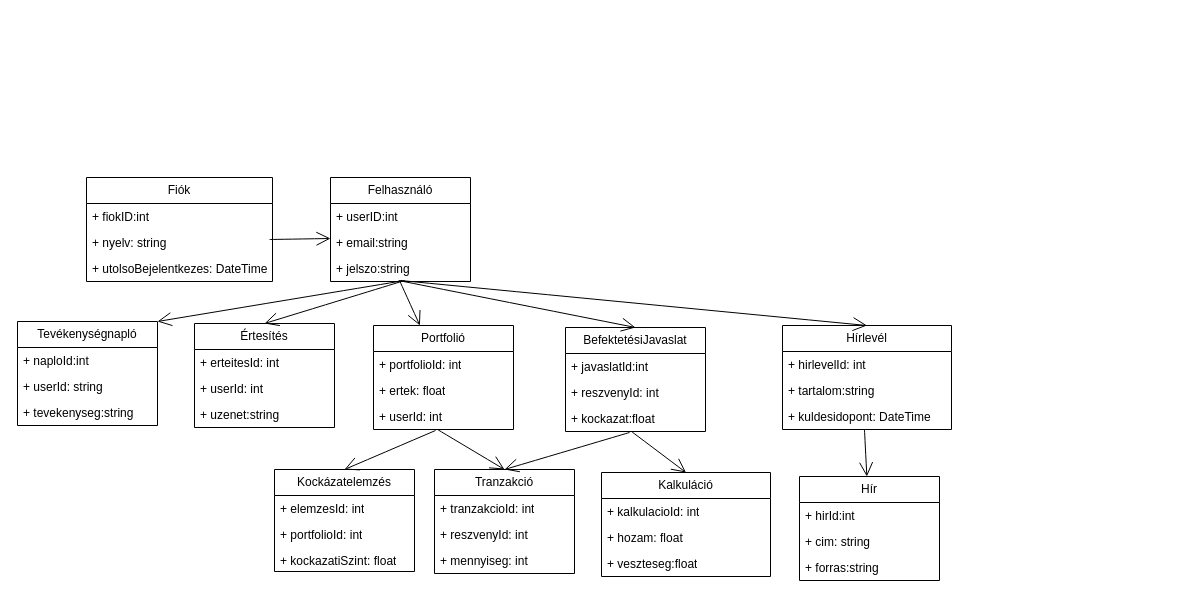
Earlier version of the draw.io diagram osztaly.drawio (oroszkristof/ARFT). Source tidied: cells renumbered, new cells numbered last; positions are measured from the earlier drawing's top-left corner, leaving out a move shared by most shapes. Both pictures are drawn from the tidied source at 100%, with x=0, y=0 at pixel (17, 177).
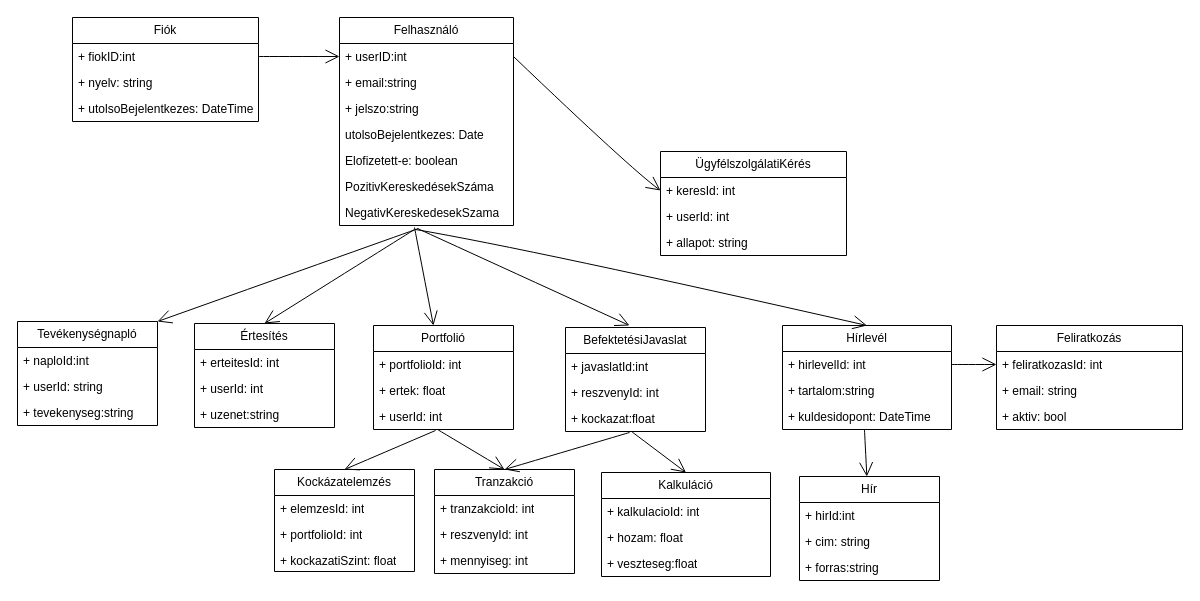
Above is the later version.

The change refers to these unchanged cells:
```xml
<mxCell id="3" value="+ fiokID:int" style="text;strokeColor=none;fillColor=none;align=left;verticalAlign=top;spacingLeft=4;spacingRight=4;overflow=hidden;points=[[0,0.5],[1,0.5]];portConstraint=eastwest;whiteSpace=wrap;html=1;" parent="2" vertex="1">
  <mxGeometry y="26" width="186" height="26" as="geometry" />
</mxCell>
<mxCell id="6" value="Tevékenységnapló" style="swimlane;fontStyle=0;horizontal=1;startSize=26;fillColor=none;whiteSpace=wrap;html=1;" parent="1" vertex="1">
  <mxGeometry y="144" width="140" height="104" as="geometry" />
</mxCell>
<mxCell id="18" value="Hírlevél" style="swimlane;fontStyle=0;horizontal=1;startSize=26;fillColor=none;whiteSpace=wrap;html=1;" parent="1" vertex="1">
  <mxGeometry x="765" y="148" width="169" height="104" as="geometry" />
</mxCell>
<mxCell id="19" value="+ hirlevelId: int" style="text;strokeColor=none;fillColor=none;align=left;verticalAlign=top;spacingLeft=4;spacingRight=4;overflow=hidden;points=[[0,0.5],[1,0.5]];portConstraint=eastwest;whiteSpace=wrap;html=1;" parent="18" vertex="1">
  <mxGeometry y="26" width="169" height="26" as="geometry" />
</mxCell>
<mxCell id="22" value="BefektetésiJavaslat" style="swimlane;fontStyle=0;horizontal=1;startSize=26;fillColor=none;whiteSpace=wrap;html=1;" parent="1" vertex="1">
  <mxGeometry x="548" y="150" width="140" height="104" as="geometry" />
</mxCell>
<mxCell id="26" value="Portfolió" style="swimlane;fontStyle=0;horizontal=1;startSize=26;fillColor=none;whiteSpace=wrap;html=1;" parent="1" vertex="1">
  <mxGeometry x="356" y="148" width="140" height="104" as="geometry" />
</mxCell>
<mxCell id="40" value="Értesítés" style="swimlane;fontStyle=0;horizontal=1;startSize=26;fillColor=none;whiteSpace=wrap;html=1;" parent="1" vertex="1">
  <mxGeometry x="177" y="146" width="140" height="104" as="geometry" />
</mxCell>
```

Diff of the diagram source:
```diff
@@
     <mxCell id="2" value="Fiók" style="swimlane;fontStyle=0;horizontal=1;startSize=26;fillColor=none;whiteSpace=wrap;html=1;" parent="1" vertex="1">
-      <mxGeometry x="69" width="186" height="104" as="geometry" />
+      <mxGeometry x="55" y="-160" width="186" height="104" as="geometry" />
     </mxCell>
@@
     <mxCell id="14" value="Felhasználó" style="swimlane;fontStyle=0;horizontal=1;startSize=26;fillColor=none;whiteSpace=wrap;html=1;" parent="1" vertex="1">
-      <mxGeometry x="313" width="140" height="104" as="geometry" />
+      <mxGeometry x="322" y="-160" width="174" height="208" as="geometry" />
     </mxCell>
     <mxCell id="15" value="+ userID:int" style="text;strokeColor=none;fillColor=none;align=left;verticalAlign=top;spacingLeft=4;spacingRight=4;overflow=hidden;points=[[0,0.5],[1,0.5]];portConstraint=eastwest;whiteSpace=wrap;html=1;" parent="14" vertex="1">
-      <mxGeometry y="26" width="140" height="26" as="geometry" />
+      <mxGeometry y="26" width="174" height="26" as="geometry" />
     </mxCell>
     <mxCell id="16" value="+ email:string" style="text;strokeColor=none;fillColor=none;align=left;verticalAlign=top;spacingLeft=4;spacingRight=4;overflow=hidden;whiteSpace=wrap;html=1;" parent="14" vertex="1">
-      <mxGeometry y="52" width="140" height="26" as="geometry" />
+      <mxGeometry y="52" width="174" height="26" as="geometry" />
     </mxCell>
-    <mxCell id="17" value="+ jelszo:string" style="text;strokeColor=none;fillColor=none;align=left;verticalAlign=top;spacingLeft=4;spacingRight=4;overflow=hidden;points=[[0,0.5],[1,0.5]];portConstraint=eastwest;whiteSpace=wrap;html=1;" parent="14" vertex="1">
-      <mxGeometry y="78" width="140" height="26" as="geometry" />
+    <mxCell id="17" value="+ jelszo:string&lt;div&gt;&lt;br&gt;&lt;/div&gt;" style="text;strokeColor=none;fillColor=none;align=left;verticalAlign=top;spacingLeft=4;spacingRight=4;overflow=hidden;points=[[0,0.5],[1,0.5]];portConstraint=eastwest;whiteSpace=wrap;html=1;" parent="14" vertex="1">
+      <mxGeometry y="78" width="174" height="26" as="geometry" />
     </mxCell>
+    <mxCell id="57" value="utolsoBejelentkezes: Date" style="text;strokeColor=none;fillColor=none;align=left;verticalAlign=top;spacingLeft=4;spacingRight=4;overflow=hidden;whiteSpace=wrap;html=1;" parent="14" vertex="1">
+      <mxGeometry y="104" width="174" height="26" as="geometry" />
+    </mxCell>
+    <mxCell id="58" value="Elofizetett-e: boolean" style="text;strokeColor=none;fillColor=none;align=left;verticalAlign=top;spacingLeft=4;spacingRight=4;overflow=hidden;whiteSpace=wrap;html=1;" parent="14" vertex="1">
+      <mxGeometry y="130" width="174" height="26" as="geometry" />
+    </mxCell>
+    <mxCell id="59" value="PozitivKereskedésekSzáma" style="text;strokeColor=none;fillColor=none;align=left;verticalAlign=top;spacingLeft=4;spacingRight=4;overflow=hidden;whiteSpace=wrap;html=1;" parent="14" vertex="1">
+      <mxGeometry y="156" width="174" height="26" as="geometry" />
+    </mxCell>
+    <mxCell id="60" value="NegativKereskedesekSzama" style="text;strokeColor=none;fillColor=none;align=left;verticalAlign=top;spacingLeft=4;spacingRight=4;overflow=hidden;whiteSpace=wrap;html=1;" parent="14" vertex="1">
+      <mxGeometry y="182" width="174" height="26" as="geometry" />
+    </mxCell>
@@
-    <mxCell id="48" style="endArrow=open;endFill=1;endSize=12;html=1;rounded=0;fontSize=12;curved=1;entryX=0.021;entryY=0.115;entryDx=0;entryDy=0;entryPerimeter=0;" parent="1" edge="1">
-      <mxGeometry relative="1" as="geometry">
-        <mxPoint x="252.1" y="62" as="sourcePoint" />
-        <mxPoint x="313" y="61" as="targetPoint" />
-      </mxGeometry>
+    <mxCell id="48" style="endArrow=open;endFill=1;endSize=12;html=1;rounded=0;fontSize=12;curved=1;entryX=0;entryY=0.5;entryDx=0;entryDy=0;exitX=1;exitY=0.5;exitDx=0;exitDy=0;" parent="1" edge="1" source="3" target="15">
+      <mxGeometry relative="1" as="geometry" />
     </mxCell>
-    <mxCell id="49" style="endArrow=open;endFill=1;endSize=12;html=1;rounded=0;fontSize=12;curved=1;entryX=1;entryY=0;entryDx=0;entryDy=0;exitX=0.529;exitY=0.962;exitDx=0;exitDy=0;exitPerimeter=0;" parent="1" edge="1" source="17" target="6">
-      <mxGeometry relative="1" as="geometry" />
+    <mxCell id="49" style="endArrow=open;endFill=1;endSize=12;html=1;rounded=0;fontSize=12;curved=1;entryX=1;entryY=0;entryDx=0;entryDy=0;" parent="1" edge="1" target="6">
+      <mxGeometry relative="1" as="geometry">
+        <mxPoint x="401" y="51" as="sourcePoint" />
+      </mxGeometry>
     </mxCell>
-    <mxCell id="50" style="endArrow=open;endFill=1;endSize=12;html=1;rounded=0;fontSize=12;curved=1;exitX=0.493;exitY=0.962;exitDx=0;exitDy=0;exitPerimeter=0;" parent="1" edge="1" source="17" target="26">
-      <mxGeometry relative="1" as="geometry" />
+    <mxCell id="50" style="endArrow=open;endFill=1;endSize=12;html=1;rounded=0;fontSize=12;curved=1;" parent="1" edge="1" target="26">
+      <mxGeometry relative="1" as="geometry">
+        <mxPoint x="397" y="50" as="sourcePoint" />
+      </mxGeometry>
     </mxCell>
-    <mxCell id="51" style="endArrow=open;endFill=1;endSize=12;html=1;rounded=0;fontSize=12;curved=1;entryX=0.5;entryY=0;entryDx=0;entryDy=0;exitX=0.507;exitY=1;exitDx=0;exitDy=0;exitPerimeter=0;" parent="1" edge="1" source="17" target="40">
-      <mxGeometry relative="1" as="geometry" />
+    <mxCell id="51" style="endArrow=open;endFill=1;endSize=12;html=1;rounded=0;fontSize=12;curved=1;entryX=0.5;entryY=0;entryDx=0;entryDy=0;" parent="1" edge="1" target="40">
+      <mxGeometry relative="1" as="geometry">
+        <mxPoint x="397" y="52" as="sourcePoint" />
+      </mxGeometry>
     </mxCell>
@@
-    <mxCell id="55" style="endArrow=open;endFill=1;endSize=12;html=1;rounded=0;fontSize=12;curved=1;entryX=0.5;entryY=0;entryDx=0;entryDy=0;exitX=0.486;exitY=0.962;exitDx=0;exitDy=0;exitPerimeter=0;" parent="1" edge="1" source="17" target="22">
-      <mxGeometry relative="1" as="geometry" />
+    <mxCell id="55" style="endArrow=open;endFill=1;endSize=12;html=1;rounded=0;fontSize=12;curved=1;" parent="1" edge="1">
+      <mxGeometry relative="1" as="geometry">
+        <mxPoint x="400" y="51" as="sourcePoint" />
+        <mxPoint x="612" y="148" as="targetPoint" />
+      </mxGeometry>
     </mxCell>
-    <mxCell id="56" style="endArrow=open;endFill=1;endSize=12;html=1;rounded=0;fontSize=12;curved=1;entryX=0.5;entryY=0;entryDx=0;entryDy=0;exitX=0.486;exitY=0.962;exitDx=0;exitDy=0;exitPerimeter=0;" parent="1" edge="1" target="18">
+    <mxCell id="56" style="endArrow=open;endFill=1;endSize=12;html=1;rounded=0;fontSize=12;curved=1;entryX=0.5;entryY=0;entryDx=0;entryDy=0;" parent="1" edge="1" target="18">
       <mxGeometry relative="1" as="geometry">
-        <mxPoint x="383" y="103" as="sourcePoint" />
+        <mxPoint x="398" y="52" as="sourcePoint" />
+        <Array as="points">
+          <mxPoint x="515" y="72" />
+        </Array>
       </mxGeometry>
     </mxCell>
+    <mxCell id="61" value="ÜgyfélszolgálatiKérés" style="swimlane;fontStyle=0;horizontal=1;startSize=26;fillColor=none;whiteSpace=wrap;html=1;" parent="1" vertex="1">
+      <mxGeometry x="643" y="-26" width="186" height="104" as="geometry" />
+    </mxCell>
+    <mxCell id="62" value="+ keresId: int" style="text;strokeColor=none;fillColor=none;align=left;verticalAlign=top;spacingLeft=4;spacingRight=4;overflow=hidden;points=[[0,0.5],[1,0.5]];portConstraint=eastwest;whiteSpace=wrap;html=1;" parent="61" vertex="1">
+      <mxGeometry y="26" width="186" height="26" as="geometry" />
+    </mxCell>
+    <mxCell id="63" value="+ userId: int" style="text;strokeColor=none;fillColor=none;align=left;verticalAlign=top;spacingLeft=4;spacingRight=4;overflow=hidden;whiteSpace=wrap;html=1;" parent="61" vertex="1">
+      <mxGeometry y="52" width="186" height="26" as="geometry" />
+    </mxCell>
+    <mxCell id="64" value="+ allapot: string" style="text;strokeColor=none;fillColor=none;align=left;verticalAlign=top;spacingLeft=4;spacingRight=4;overflow=hidden;whiteSpace=wrap;html=1;" parent="61" vertex="1">
+      <mxGeometry y="78" width="186" height="26" as="geometry" />
+    </mxCell>
+    <mxCell id="65" value="Feliratkozás" style="swimlane;fontStyle=0;horizontal=1;startSize=26;fillColor=none;whiteSpace=wrap;html=1;" parent="1" vertex="1">
+      <mxGeometry x="979" y="148" width="186" height="104" as="geometry" />
+    </mxCell>
+    <mxCell id="66" value="+ feliratkozasId: int" style="text;strokeColor=none;fillColor=none;align=left;verticalAlign=top;spacingLeft=4;spacingRight=4;overflow=hidden;points=[[0,0.5],[1,0.5]];portConstraint=eastwest;whiteSpace=wrap;html=1;" parent="65" vertex="1">
+      <mxGeometry y="26" width="186" height="26" as="geometry" />
+    </mxCell>
+    <mxCell id="67" value="+ email: string" style="text;strokeColor=none;fillColor=none;align=left;verticalAlign=top;spacingLeft=4;spacingRight=4;overflow=hidden;whiteSpace=wrap;html=1;" parent="65" vertex="1">
+      <mxGeometry y="52" width="186" height="26" as="geometry" />
+    </mxCell>
+    <mxCell id="68" value="+ aktiv: bool" style="text;strokeColor=none;fillColor=none;align=left;verticalAlign=top;spacingLeft=4;spacingRight=4;overflow=hidden;whiteSpace=wrap;html=1;" parent="65" vertex="1">
+      <mxGeometry y="78" width="186" height="26" as="geometry" />
+    </mxCell>
+    <mxCell id="69" style="endArrow=open;endFill=1;endSize=12;html=1;rounded=0;fontSize=12;curved=1;entryX=0;entryY=0.5;entryDx=0;entryDy=0;exitX=1;exitY=0.5;exitDx=0;exitDy=0;" parent="1" edge="1" source="15" target="62">
+      <mxGeometry relative="1" as="geometry">
+        <Array as="points">
+          <mxPoint x="613" y="-9" />
+        </Array>
+      </mxGeometry>
+    </mxCell>
+    <mxCell id="70" style="endArrow=open;endFill=1;endSize=12;html=1;rounded=0;fontSize=12;curved=1;exitX=1;exitY=0.5;exitDx=0;exitDy=0;" parent="1" edge="1" source="19" target="66">
+      <mxGeometry relative="1" as="geometry" />
+    </mxCell>
```
